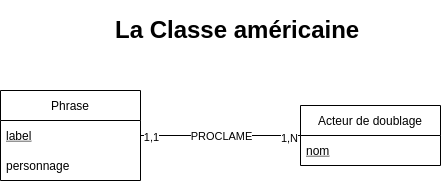
Above: docs/MCD.drawio.png in LardeuxGurvan/la-classe-americaine (draw.io), before the change. Source tidied: cells renumbered, new cells last; positions are measured from the earlier drawing's top-left corner, leaving out a move shared by most shapes.
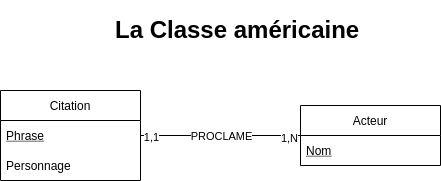
The same diagram one commit later.

What changed in the source:
```diff
@@ -5,19 +5,19 @@
     <mxCell id="2" value="&lt;h1&gt;La Classe américaine&lt;/h1&gt;" style="text;html=1;strokeColor=none;fillColor=none;spacing=5;spacingTop=-20;whiteSpace=wrap;overflow=hidden;rounded=0;" parent="1" vertex="1">
       <mxGeometry x="110" width="260" height="40" as="geometry" />
     </mxCell>
-    <mxCell id="3" value="Phrase" style="swimlane;fontStyle=0;horizontal=1;startSize=30;" parent="1" vertex="1">
+    <mxCell id="3" value="Citation" style="swimlane;fontStyle=0;horizontal=1;startSize=30;" parent="1" vertex="1">
       <mxGeometry y="80" width="140" height="90" as="geometry" />
     </mxCell>
-    <mxCell id="4" value="label" style="text;strokeColor=none;fillColor=none;align=left;verticalAlign=middle;spacingLeft=4;spacingRight=4;overflow=hidden;fontStyle=4;" parent="3" vertex="1">
+    <mxCell id="4" value="Phrase" style="text;strokeColor=none;fillColor=none;align=left;verticalAlign=middle;spacingLeft=4;spacingRight=4;overflow=hidden;fontStyle=4;" parent="3" vertex="1">
       <mxGeometry y="30" width="140" height="30" as="geometry" />
     </mxCell>
-    <mxCell id="5" value="personnage" style="text;strokeColor=none;fillColor=none;align=left;verticalAlign=middle;spacingLeft=4;spacingRight=4;overflow=hidden;" parent="3" vertex="1">
+    <mxCell id="5" value="Personnage" style="text;strokeColor=none;fillColor=none;align=left;verticalAlign=middle;spacingLeft=4;spacingRight=4;overflow=hidden;" parent="3" vertex="1">
       <mxGeometry y="60" width="140" height="30" as="geometry" />
     </mxCell>
-    <mxCell id="6" value="Acteur de doublage" style="swimlane;fontStyle=0;horizontal=1;startSize=30;" parent="1" vertex="1">
+    <mxCell id="6" value="Acteur" style="swimlane;fontStyle=0;horizontal=1;startSize=30;" parent="1" vertex="1">
       <mxGeometry x="300" y="95" width="140" height="60" as="geometry" />
     </mxCell>
-    <mxCell id="7" value="nom" style="text;strokeColor=none;fillColor=none;align=left;verticalAlign=middle;spacingLeft=4;spacingRight=4;overflow=hidden;fontStyle=4;" parent="6" vertex="1">
+    <mxCell id="7" value="Nom" style="text;strokeColor=none;fillColor=none;align=left;verticalAlign=middle;spacingLeft=4;spacingRight=4;overflow=hidden;fontStyle=4;" parent="6" vertex="1">
       <mxGeometry y="30" width="140" height="30" as="geometry" />
     </mxCell>
     <mxCell id="8" style="endArrow=none;html=1;" parent="1" edge="1" source="3" target="6">
```
